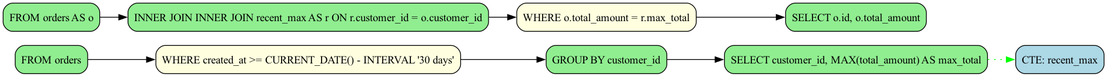
The Graphviz diagram examples/cte_with_join_operation.png in rot1024/sqloflow, before a commit. Its source is kept beside it as examples/cte_with_join_operation.dot.
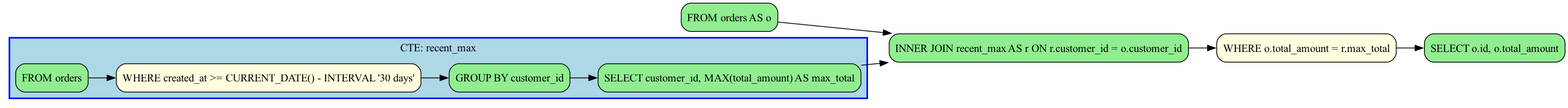
Above is the later version.

Diff of the diagram source:
```diff
@@ -2,21 +2,28 @@
   rankdir=LR;
   node [shape=box, style=rounded];
 
-  node_0 [label="FROM orders", fillcolor=lightgreen, style="filled,rounded"];
-  node_2 [label="GROUP BY customer_id", fillcolor=lightgreen, style="filled,rounded"];
-  node_3 [label="SELECT customer_id, MAX(total_amount) AS max_total", fillcolor=lightgreen, style="filled,rounded"];
+
+  subgraph cluster_node_4 {
+    label="CTE: recent_max";
+    style=filled;
+    fillcolor=lightblue;
+    color=blue;
+    penwidth=2;
+    node_3 [label="SELECT customer_id, MAX(total_amount) AS max_total", fillcolor=lightgreen, style="filled,rounded"];
+    node_2 [label="GROUP BY customer_id", fillcolor=lightgreen, style="filled,rounded"];
+    node_1 [label="WHERE created_at >= CURRENT_DATE() - INTERVAL '30 days'", fillcolor=lightyellow, style="filled,rounded"];
+    node_0 [label="FROM orders", fillcolor=lightgreen, style="filled,rounded"];
+    node_0 -> node_1 [color=black];
+    node_1 -> node_2 [color=black];
+    node_2 -> node_3 [color=black];
+  }
   node_5 [label="FROM orders AS o", fillcolor=lightgreen, style="filled,rounded"];
-  node_6 [label="INNER JOIN INNER JOIN recent_max AS r ON r.customer_id = o.customer_id", fillcolor=lightgreen, style="filled,rounded"];
+  node_6 [label="INNER JOIN recent_max AS r ON r.customer_id = o.customer_id", fillcolor=lightgreen, style="filled,rounded"];
   node_8 [label="SELECT o.id, o.total_amount", fillcolor=lightgreen, style="filled,rounded"];
-  node_1 [label="WHERE created_at >= CURRENT_DATE() - INTERVAL '30 days'", fillcolor=lightyellow, style="filled,rounded"];
   node_7 [label="WHERE o.total_amount = r.max_total", fillcolor=lightyellow, style="filled,rounded"];
-  node_4 [label="CTE: recent_max", fillcolor=lightblue, style="filled,rounded"];
 
-  node_0 -> node_1 [color=black];
-  node_1 -> node_2 [color=black];
-  node_2 -> node_3 [color=black];
-  node_3 -> node_4 [color=green, style=dotted];
   node_5 -> node_6 [color=black];
+  node_3 -> node_6 [color=black];
   node_6 -> node_7 [color=black];
   node_7 -> node_8 [color=black];
 }
```
